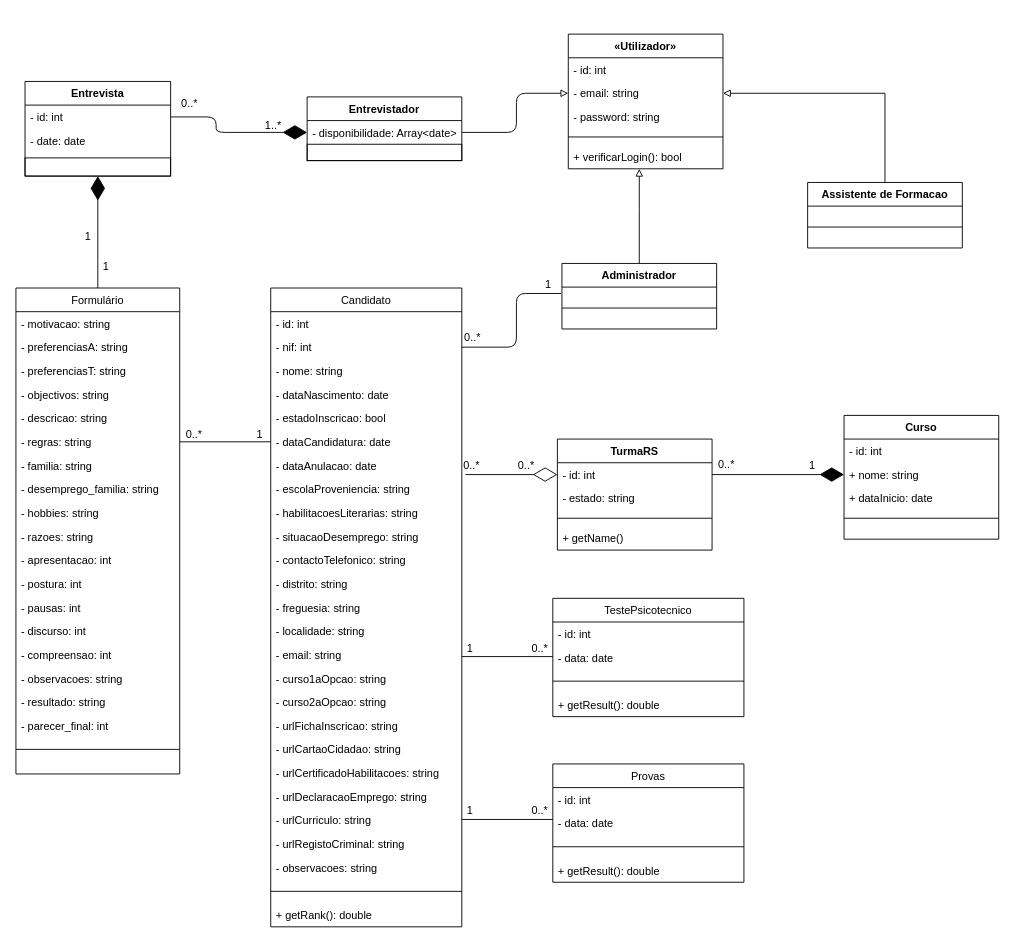
blestonbandeira/grs keeps this draw.io diagram as Docs/Diagrama de Classes.drawio. Above is the earlier version. Source tidied: cells renumbered, new cells numbered last; positions are measured from the earlier drawing's top-left corner, leaving out a move shared by most shapes. Both pictures are drawn from the tidied source at 91%, with x=0, y=0 at pixel (15, 34).
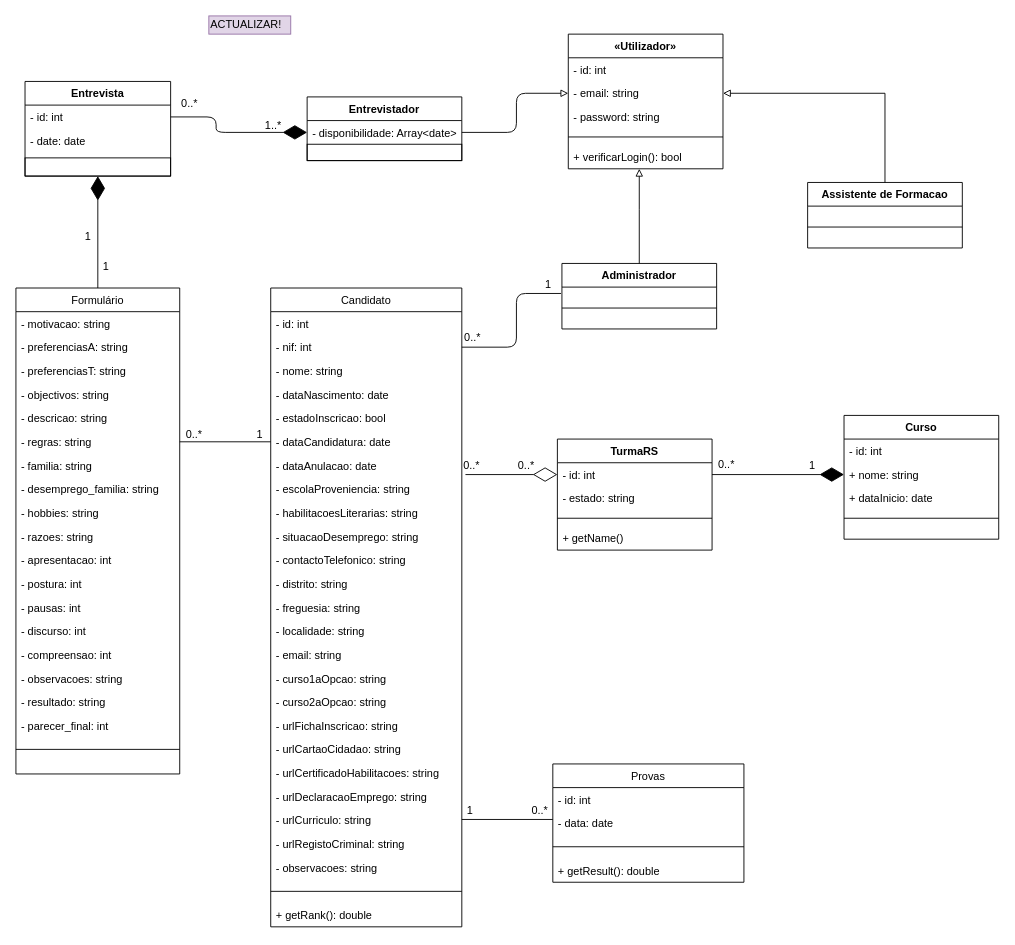
Above is the later version.

The change refers to these unchanged cells:
```xml
<mxCell id="67" style="group;" parent="1" vertex="1">
  <mxGeometry x="490" y="620" width="310" height="312" as="geometry" />
</mxCell>
```

Diff of the diagram source:
```diff
@@
-    <mxCell id="68" value="TestePsicotecnico" style="swimlane;fontStyle=0;horizontal=1;startSize=26;fillColor=none;" parent="67" vertex="1">
-      <mxGeometry x="100" width="210" height="130" as="geometry" />
-    </mxCell>
-    <mxCell id="69" value="- id: int" style="text;strokeColor=none;fillColor=none;align=left;verticalAlign=top;spacingLeft=4;spacingRight=4;overflow=hidden;" parent="68" vertex="1">
-      <mxGeometry y="26" width="210" height="26" as="geometry" />
-    </mxCell>
-    <mxCell id="70" value="- data: date" style="text;strokeColor=none;fillColor=none;align=left;verticalAlign=top;spacingLeft=4;spacingRight=4;overflow=hidden;" parent="68" vertex="1">
-      <mxGeometry y="52" width="210" height="26" as="geometry" />
-    </mxCell>
-    <mxCell id="71" style="line;strokeWidth=1;fillColor=none;align=left;verticalAlign=middle;spacingTop=-1;spacingLeft=3;spacingRight=3;labelPosition=right;" parent="68" vertex="1">
-      <mxGeometry y="78" width="210" height="26" as="geometry" />
-    </mxCell>
-    <mxCell id="72" value="+ getResult(): double" style="text;strokeColor=none;fillColor=none;align=left;verticalAlign=top;spacingLeft=4;spacingRight=4;overflow=hidden;" parent="68" vertex="1">
-      <mxGeometry y="104" width="210" height="26" as="geometry" />
-    </mxCell>
-    <mxCell id="73" style="endArrow=none;startArrow=none;endFill=0;startFill=0;html=1;exitX=1;exitY=0.5;exitDx=0;exitDy=0;entryX=0;entryY=0.5;entryDx=0;entryDy=0;" parent="67" edge="1">
-      <mxGeometry relative="1" as="geometry">
-        <mxPoint y="64" as="sourcePoint" />
-        <mxPoint x="100" y="64" as="targetPoint" />
-      </mxGeometry>
-    </mxCell>
-    <mxCell id="74" value="1" style="text;html=1;align=left;verticalAlign=top;spacingTop=-4;" parent="67" vertex="1">
-      <mxGeometry x="4" y="45" width="20" height="20" as="geometry" />
-    </mxCell>
-    <mxCell id="75" value="0..*" style="text;html=1;align=left;verticalAlign=top;spacingTop=-4;" parent="67" vertex="1">
-      <mxGeometry x="75" y="45" width="30" height="20" as="geometry" />
-    </mxCell>
@@
+    <mxCell id="121" value="ACTUALIZAR!" style="text;html=1;align=left;verticalAlign=top;spacingTop=-4;fillColor=#e1d5e7;strokeColor=#9673a6;" parent="1" vertex="1">
+      <mxGeometry x="212" y="-20" width="90" height="20" as="geometry" />
+    </mxCell>
```
